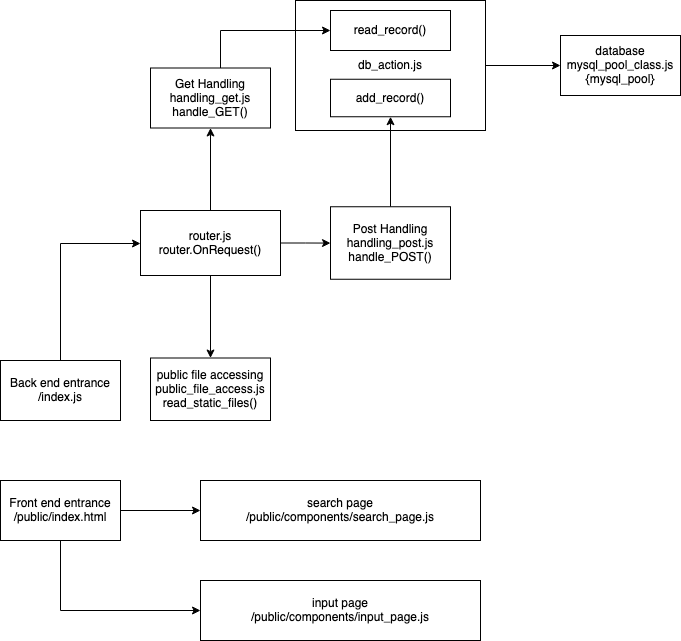
The draw.io diagram cd.drawio.png in hector918/cantonese_dictionary, before a commit. Source tidied: cells renumbered, new cells last; positions are measured from the earlier drawing's top-left corner, leaving out a move shared by most shapes. Source of this version:
```xml
<mxGraphModel>
  <root>
    <mxCell id="0" />
    <mxCell id="1" parent="0" />
    <mxCell id="2" style="edgeStyle=orthogonalEdgeStyle;rounded=0;jettySize=auto;html=1;" parent="1" edge="1" source="3" target="17">
      <mxGeometry relative="1" as="geometry" />
    </mxCell>
    <mxCell id="3" value="db_action.js" style="rounded=0;whiteSpace=wrap;html=1;" parent="1" vertex="1">
      <mxGeometry x="295" width="190" height="130" as="geometry" />
    </mxCell>
    <mxCell id="4" style="edgeStyle=orthogonalEdgeStyle;rounded=0;jettySize=auto;html=1;" parent="1" edge="1" source="5" target="9">
      <mxGeometry relative="1" as="geometry">
        <Array as="points">
          <mxPoint x="60" y="243" />
        </Array>
      </mxGeometry>
    </mxCell>
    <mxCell id="5" value="&lt;div&gt;Back end&lt;span class=&quot;Y2IQFc&quot; lang=&quot;en&quot;&gt; entrance&lt;/span&gt;&lt;/div&gt;&lt;div&gt;&lt;span class=&quot;Y2IQFc&quot; lang=&quot;en&quot;&gt;/index.js&lt;br&gt;&lt;/span&gt;&lt;/div&gt;" style="rounded=0;whiteSpace=wrap;html=1;" parent="1" vertex="1">
      <mxGeometry y="360" width="120" height="60" as="geometry" />
    </mxCell>
    <mxCell id="6" style="edgeStyle=orthogonalEdgeStyle;rounded=0;jettySize=auto;html=1;" parent="1" edge="1" source="9" target="11">
      <mxGeometry relative="1" as="geometry" />
    </mxCell>
    <mxCell id="7" style="edgeStyle=orthogonalEdgeStyle;rounded=0;jettySize=auto;html=1;" parent="1" edge="1" source="9" target="13">
      <mxGeometry relative="1" as="geometry" />
    </mxCell>
    <mxCell id="8" style="edgeStyle=orthogonalEdgeStyle;rounded=0;jettySize=auto;html=1;" parent="1" edge="1" source="9" target="14">
      <mxGeometry relative="1" as="geometry" />
    </mxCell>
    <mxCell id="9" value="&lt;div&gt;router.js&lt;br&gt;&lt;/div&gt;&lt;div&gt;router.OnRequest()&lt;/div&gt;" style="whiteSpace=wrap;html=1;rounded=0;" parent="1" vertex="1">
      <mxGeometry x="140" y="210" width="140" height="65" as="geometry" />
    </mxCell>
    <mxCell id="10" style="edgeStyle=orthogonalEdgeStyle;rounded=0;jettySize=auto;html=1;" parent="1" edge="1" source="11" target="15">
      <mxGeometry relative="1" as="geometry" />
    </mxCell>
    <mxCell id="11" value="&lt;div&gt;Post Handling&lt;/div&gt;&lt;div&gt;handling_post.js&lt;/div&gt;&lt;div&gt;handle_POST()&lt;br&gt;&lt;/div&gt;" style="whiteSpace=wrap;html=1;rounded=0;" parent="1" vertex="1">
      <mxGeometry x="330" y="206.2" width="120" height="72.5" as="geometry" />
    </mxCell>
    <mxCell id="12" style="edgeStyle=orthogonalEdgeStyle;rounded=0;jettySize=auto;html=1;entryX=0;entryY=0.5;entryDx=0;entryDy=0;" parent="1" edge="1" source="13" target="16">
      <mxGeometry relative="1" as="geometry">
        <Array as="points">
          <mxPoint x="220" y="30" />
        </Array>
      </mxGeometry>
    </mxCell>
    <mxCell id="13" value="&lt;div&gt;Get Handling&lt;/div&gt;&lt;div&gt;handling_get.js&lt;/div&gt;&lt;div&gt;handle_GET()&lt;br&gt;&lt;/div&gt;" style="whiteSpace=wrap;html=1;rounded=0;" parent="1" vertex="1">
      <mxGeometry x="150" y="67.5" width="120" height="60" as="geometry" />
    </mxCell>
    <mxCell id="14" value="&lt;div&gt;public file accessing&lt;/div&gt;&lt;div&gt;public_file_access.js&lt;/div&gt;&lt;div&gt;read_static_files()&lt;/div&gt;" style="whiteSpace=wrap;html=1;rounded=0;" parent="1" vertex="1">
      <mxGeometry x="150" y="357.5" width="120" height="62.5" as="geometry" />
    </mxCell>
    <mxCell id="15" value="add_record()" style="whiteSpace=wrap;html=1;rounded=0;" parent="1" vertex="1">
      <mxGeometry x="330" y="78.8" width="120" height="37.5" as="geometry" />
    </mxCell>
    <mxCell id="16" value="read_record()" style="whiteSpace=wrap;html=1;rounded=0;" parent="1" vertex="1">
      <mxGeometry x="330" y="10" width="120" height="40" as="geometry" />
    </mxCell>
    <mxCell id="17" value="&lt;div&gt;database&lt;/div&gt;&lt;div&gt;mysql_pool_class.js&lt;/div&gt;&lt;div&gt;{mysql_pool}&lt;br&gt;&lt;/div&gt;" style="whiteSpace=wrap;html=1;rounded=0;" parent="1" vertex="1">
      <mxGeometry x="560" y="35" width="120" height="60" as="geometry" />
    </mxCell>
    <mxCell id="18" style="edgeStyle=orthogonalEdgeStyle;rounded=0;jettySize=auto;html=1;" parent="1" edge="1" source="20" target="21">
      <mxGeometry relative="1" as="geometry" />
    </mxCell>
    <mxCell id="19" style="edgeStyle=orthogonalEdgeStyle;rounded=0;jettySize=auto;html=1;" parent="1" edge="1" source="20" target="22">
      <mxGeometry relative="1" as="geometry">
        <Array as="points">
          <mxPoint x="60" y="610" />
        </Array>
      </mxGeometry>
    </mxCell>
    <mxCell id="20" value="&lt;div&gt;Front end entrance&lt;/div&gt;/public/index.html" style="rounded=0;whiteSpace=wrap;html=1;" parent="1" vertex="1">
      <mxGeometry y="480" width="120" height="60" as="geometry" />
    </mxCell>
    <mxCell id="21" value="&lt;div&gt;search page&lt;/div&gt;&lt;div&gt;/public/components/search_page.js&lt;br&gt;&lt;/div&gt;" style="whiteSpace=wrap;html=1;rounded=0;" parent="1" vertex="1">
      <mxGeometry x="200" y="480" width="280" height="60" as="geometry" />
    </mxCell>
    <mxCell id="22" value="&lt;div&gt;input page&lt;/div&gt;&lt;div&gt;/public/components/input_page.js&lt;br&gt;&lt;/div&gt;" style="whiteSpace=wrap;html=1;rounded=0;" parent="1" vertex="1">
      <mxGeometry x="200" y="580" width="280" height="60" as="geometry" />
    </mxCell>
  </root>
</mxGraphModel>
```
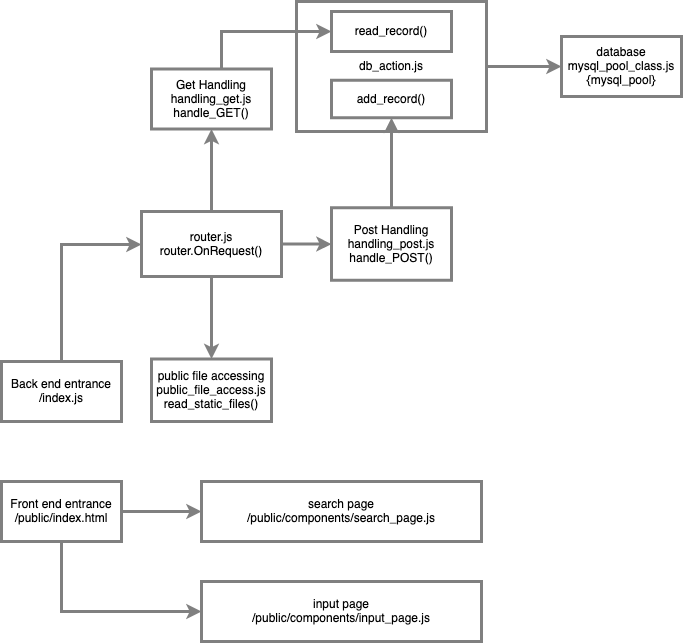
Later version of the same file.

What changed in the source:
```diff
@@ -2,79 +2,79 @@
   <root>
     <mxCell id="0" />
     <mxCell id="1" parent="0" />
-    <mxCell id="2" style="edgeStyle=orthogonalEdgeStyle;rounded=0;jettySize=auto;html=1;" parent="1" edge="1" source="3" target="17">
+    <mxCell id="2" style="edgeStyle=orthogonalEdgeStyle;rounded=0;jettySize=auto;html=1;strokeWidth=3;strokeColor=#808080;fontColor=#000000;labelBackgroundColor=none;" parent="1" edge="1" source="3" target="17">
       <mxGeometry relative="1" as="geometry" />
     </mxCell>
-    <mxCell id="3" value="db_action.js" style="rounded=0;whiteSpace=wrap;html=1;" parent="1" vertex="1">
+    <mxCell id="3" value="db_action.js" style="rounded=0;whiteSpace=wrap;html=1;strokeWidth=3;strokeColor=#808080;fontColor=#000000;labelBackgroundColor=none;" parent="1" vertex="1">
       <mxGeometry x="295" width="190" height="130" as="geometry" />
     </mxCell>
-    <mxCell id="4" style="edgeStyle=orthogonalEdgeStyle;rounded=0;jettySize=auto;html=1;" parent="1" edge="1" source="5" target="9">
+    <mxCell id="4" style="edgeStyle=orthogonalEdgeStyle;rounded=0;jettySize=auto;html=1;strokeWidth=3;strokeColor=#808080;fontColor=#000000;labelBackgroundColor=none;" parent="1" edge="1" source="5" target="9">
       <mxGeometry relative="1" as="geometry">
         <Array as="points">
           <mxPoint x="60" y="243" />
         </Array>
       </mxGeometry>
     </mxCell>
-    <mxCell id="5" value="&lt;div&gt;Back end&lt;span class=&quot;Y2IQFc&quot; lang=&quot;en&quot;&gt; entrance&lt;/span&gt;&lt;/div&gt;&lt;div&gt;&lt;span class=&quot;Y2IQFc&quot; lang=&quot;en&quot;&gt;/index.js&lt;br&gt;&lt;/span&gt;&lt;/div&gt;" style="rounded=0;whiteSpace=wrap;html=1;" parent="1" vertex="1">
+    <mxCell id="5" value="&lt;div&gt;Back end&lt;span class=&quot;Y2IQFc&quot; lang=&quot;en&quot;&gt; entrance&lt;/span&gt;&lt;/div&gt;&lt;div&gt;&lt;span class=&quot;Y2IQFc&quot; lang=&quot;en&quot;&gt;/index.js&lt;br&gt;&lt;/span&gt;&lt;/div&gt;" style="rounded=0;whiteSpace=wrap;html=1;strokeWidth=3;strokeColor=#808080;fontColor=#000000;labelBackgroundColor=none;" parent="1" vertex="1">
       <mxGeometry y="360" width="120" height="60" as="geometry" />
     </mxCell>
-    <mxCell id="6" style="edgeStyle=orthogonalEdgeStyle;rounded=0;jettySize=auto;html=1;" parent="1" edge="1" source="9" target="11">
+    <mxCell id="6" style="edgeStyle=orthogonalEdgeStyle;rounded=0;jettySize=auto;html=1;strokeWidth=3;strokeColor=#808080;fontColor=#000000;labelBackgroundColor=none;" parent="1" edge="1" source="9" target="11">
       <mxGeometry relative="1" as="geometry" />
     </mxCell>
-    <mxCell id="7" style="edgeStyle=orthogonalEdgeStyle;rounded=0;jettySize=auto;html=1;" parent="1" edge="1" source="9" target="13">
+    <mxCell id="7" style="edgeStyle=orthogonalEdgeStyle;rounded=0;jettySize=auto;html=1;strokeWidth=3;strokeColor=#808080;fontColor=#000000;labelBackgroundColor=none;" parent="1" edge="1" source="9" target="13">
       <mxGeometry relative="1" as="geometry" />
     </mxCell>
-    <mxCell id="8" style="edgeStyle=orthogonalEdgeStyle;rounded=0;jettySize=auto;html=1;" parent="1" edge="1" source="9" target="14">
+    <mxCell id="8" style="edgeStyle=orthogonalEdgeStyle;rounded=0;jettySize=auto;html=1;strokeWidth=3;strokeColor=#808080;fontColor=#000000;labelBackgroundColor=none;" parent="1" edge="1" source="9" target="14">
       <mxGeometry relative="1" as="geometry" />
     </mxCell>
-    <mxCell id="9" value="&lt;div&gt;router.js&lt;br&gt;&lt;/div&gt;&lt;div&gt;router.OnRequest()&lt;/div&gt;" style="whiteSpace=wrap;html=1;rounded=0;" parent="1" vertex="1">
+    <mxCell id="9" value="&lt;div&gt;router.js&lt;br&gt;&lt;/div&gt;&lt;div&gt;router.OnRequest()&lt;/div&gt;" style="whiteSpace=wrap;html=1;rounded=0;strokeWidth=3;strokeColor=#808080;fontColor=#000000;labelBackgroundColor=none;" parent="1" vertex="1">
       <mxGeometry x="140" y="210" width="140" height="65" as="geometry" />
     </mxCell>
-    <mxCell id="10" style="edgeStyle=orthogonalEdgeStyle;rounded=0;jettySize=auto;html=1;" parent="1" edge="1" source="11" target="15">
+    <mxCell id="10" style="edgeStyle=orthogonalEdgeStyle;rounded=0;jettySize=auto;html=1;strokeWidth=3;strokeColor=#808080;fontColor=#000000;labelBackgroundColor=none;" parent="1" edge="1" source="11" target="15">
       <mxGeometry relative="1" as="geometry" />
     </mxCell>
-    <mxCell id="11" value="&lt;div&gt;Post Handling&lt;/div&gt;&lt;div&gt;handling_post.js&lt;/div&gt;&lt;div&gt;handle_POST()&lt;br&gt;&lt;/div&gt;" style="whiteSpace=wrap;html=1;rounded=0;" parent="1" vertex="1">
+    <mxCell id="11" value="&lt;div&gt;Post Handling&lt;/div&gt;&lt;div&gt;handling_post.js&lt;/div&gt;&lt;div&gt;handle_POST()&lt;br&gt;&lt;/div&gt;" style="whiteSpace=wrap;html=1;rounded=0;strokeWidth=3;strokeColor=#808080;fontColor=#000000;labelBackgroundColor=none;" parent="1" vertex="1">
       <mxGeometry x="330" y="206.2" width="120" height="72.5" as="geometry" />
     </mxCell>
-    <mxCell id="12" style="edgeStyle=orthogonalEdgeStyle;rounded=0;jettySize=auto;html=1;entryX=0;entryY=0.5;entryDx=0;entryDy=0;" parent="1" edge="1" source="13" target="16">
+    <mxCell id="12" style="edgeStyle=orthogonalEdgeStyle;rounded=0;jettySize=auto;html=1;entryX=0;entryY=0.5;entryDx=0;entryDy=0;strokeWidth=3;strokeColor=#808080;fontColor=#000000;labelBackgroundColor=none;" parent="1" edge="1" source="13" target="16">
       <mxGeometry relative="1" as="geometry">
         <Array as="points">
           <mxPoint x="220" y="30" />
         </Array>
       </mxGeometry>
     </mxCell>
-    <mxCell id="13" value="&lt;div&gt;Get Handling&lt;/div&gt;&lt;div&gt;handling_get.js&lt;/div&gt;&lt;div&gt;handle_GET()&lt;br&gt;&lt;/div&gt;" style="whiteSpace=wrap;html=1;rounded=0;" parent="1" vertex="1">
+    <mxCell id="13" value="&lt;div&gt;Get Handling&lt;/div&gt;&lt;div&gt;handling_get.js&lt;/div&gt;&lt;div&gt;handle_GET()&lt;br&gt;&lt;/div&gt;" style="whiteSpace=wrap;html=1;rounded=0;strokeWidth=3;strokeColor=#808080;fontColor=#000000;labelBackgroundColor=none;" parent="1" vertex="1">
       <mxGeometry x="150" y="67.5" width="120" height="60" as="geometry" />
     </mxCell>
-    <mxCell id="14" value="&lt;div&gt;public file accessing&lt;/div&gt;&lt;div&gt;public_file_access.js&lt;/div&gt;&lt;div&gt;read_static_files()&lt;/div&gt;" style="whiteSpace=wrap;html=1;rounded=0;" parent="1" vertex="1">
+    <mxCell id="14" value="&lt;div&gt;public file accessing&lt;/div&gt;&lt;div&gt;public_file_access.js&lt;/div&gt;&lt;div&gt;read_static_files()&lt;/div&gt;" style="whiteSpace=wrap;html=1;rounded=0;strokeWidth=3;strokeColor=#808080;fontColor=#000000;labelBackgroundColor=none;" parent="1" vertex="1">
       <mxGeometry x="150" y="357.5" width="120" height="62.5" as="geometry" />
     </mxCell>
-    <mxCell id="15" value="add_record()" style="whiteSpace=wrap;html=1;rounded=0;" parent="1" vertex="1">
+    <mxCell id="15" value="add_record()" style="whiteSpace=wrap;html=1;rounded=0;strokeWidth=3;strokeColor=#808080;fontColor=#000000;labelBackgroundColor=none;" parent="1" vertex="1">
       <mxGeometry x="330" y="78.8" width="120" height="37.5" as="geometry" />
     </mxCell>
-    <mxCell id="16" value="read_record()" style="whiteSpace=wrap;html=1;rounded=0;" parent="1" vertex="1">
+    <mxCell id="16" value="read_record()" style="whiteSpace=wrap;html=1;rounded=0;strokeWidth=3;strokeColor=#808080;fontColor=#000000;labelBackgroundColor=none;" parent="1" vertex="1">
       <mxGeometry x="330" y="10" width="120" height="40" as="geometry" />
     </mxCell>
-    <mxCell id="17" value="&lt;div&gt;database&lt;/div&gt;&lt;div&gt;mysql_pool_class.js&lt;/div&gt;&lt;div&gt;{mysql_pool}&lt;br&gt;&lt;/div&gt;" style="whiteSpace=wrap;html=1;rounded=0;" parent="1" vertex="1">
+    <mxCell id="17" value="&lt;div&gt;database&lt;/div&gt;&lt;div&gt;mysql_pool_class.js&lt;/div&gt;&lt;div&gt;{mysql_pool}&lt;br&gt;&lt;/div&gt;" style="whiteSpace=wrap;html=1;rounded=0;strokeWidth=3;strokeColor=#808080;fontColor=#000000;labelBackgroundColor=none;" parent="1" vertex="1">
       <mxGeometry x="560" y="35" width="120" height="60" as="geometry" />
     </mxCell>
-    <mxCell id="18" style="edgeStyle=orthogonalEdgeStyle;rounded=0;jettySize=auto;html=1;" parent="1" edge="1" source="20" target="21">
+    <mxCell id="18" style="edgeStyle=orthogonalEdgeStyle;rounded=0;jettySize=auto;html=1;strokeWidth=3;strokeColor=#808080;fontColor=#000000;labelBackgroundColor=none;" parent="1" edge="1" source="20" target="21">
       <mxGeometry relative="1" as="geometry" />
     </mxCell>
-    <mxCell id="19" style="edgeStyle=orthogonalEdgeStyle;rounded=0;jettySize=auto;html=1;" parent="1" edge="1" source="20" target="22">
+    <mxCell id="19" style="edgeStyle=orthogonalEdgeStyle;rounded=0;jettySize=auto;html=1;strokeWidth=3;strokeColor=#808080;fontColor=#000000;labelBackgroundColor=none;" parent="1" edge="1" source="20" target="22">
       <mxGeometry relative="1" as="geometry">
         <Array as="points">
           <mxPoint x="60" y="610" />
         </Array>
       </mxGeometry>
     </mxCell>
-    <mxCell id="20" value="&lt;div&gt;Front end entrance&lt;/div&gt;/public/index.html" style="rounded=0;whiteSpace=wrap;html=1;" parent="1" vertex="1">
+    <mxCell id="20" value="&lt;div&gt;Front end entrance&lt;/div&gt;/public/index.html" style="rounded=0;whiteSpace=wrap;html=1;strokeWidth=3;strokeColor=#808080;fontColor=#000000;labelBackgroundColor=none;" parent="1" vertex="1">
       <mxGeometry y="480" width="120" height="60" as="geometry" />
     </mxCell>
-    <mxCell id="21" value="&lt;div&gt;search page&lt;/div&gt;&lt;div&gt;/public/components/search_page.js&lt;br&gt;&lt;/div&gt;" style="whiteSpace=wrap;html=1;rounded=0;" parent="1" vertex="1">
+    <mxCell id="21" value="&lt;div&gt;search page&lt;/div&gt;&lt;div&gt;/public/components/search_page.js&lt;br&gt;&lt;/div&gt;" style="whiteSpace=wrap;html=1;rounded=0;strokeWidth=3;strokeColor=#808080;fontColor=#000000;labelBackgroundColor=none;" parent="1" vertex="1">
       <mxGeometry x="200" y="480" width="280" height="60" as="geometry" />
     </mxCell>
-    <mxCell id="22" value="&lt;div&gt;input page&lt;/div&gt;&lt;div&gt;/public/components/input_page.js&lt;br&gt;&lt;/div&gt;" style="whiteSpace=wrap;html=1;rounded=0;" parent="1" vertex="1">
+    <mxCell id="22" value="&lt;div&gt;input page&lt;/div&gt;&lt;div&gt;/public/components/input_page.js&lt;br&gt;&lt;/div&gt;" style="whiteSpace=wrap;html=1;rounded=0;strokeWidth=3;strokeColor=#808080;fontColor=#000000;labelBackgroundColor=none;" parent="1" vertex="1">
       <mxGeometry x="200" y="580" width="280" height="60" as="geometry" />
     </mxCell>
   </root>
```
